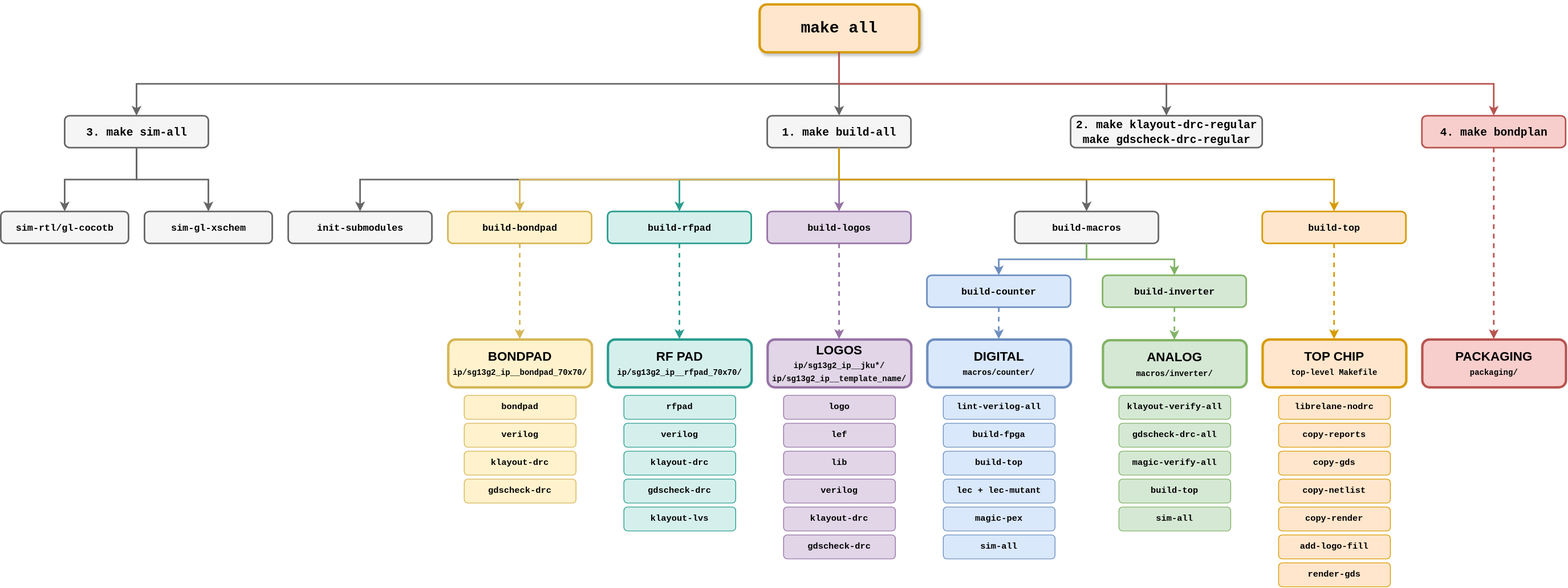
Earlier version of the draw.io export tutorial/fig/targets_overview/targets_overview.svg (iic-jku/ihp-sg13g2-ams-chip-template). Source tidied: cells renumbered, new cells last; positions are measured from the earlier drawing's top-left corner, leaving out a move shared by most shapes.
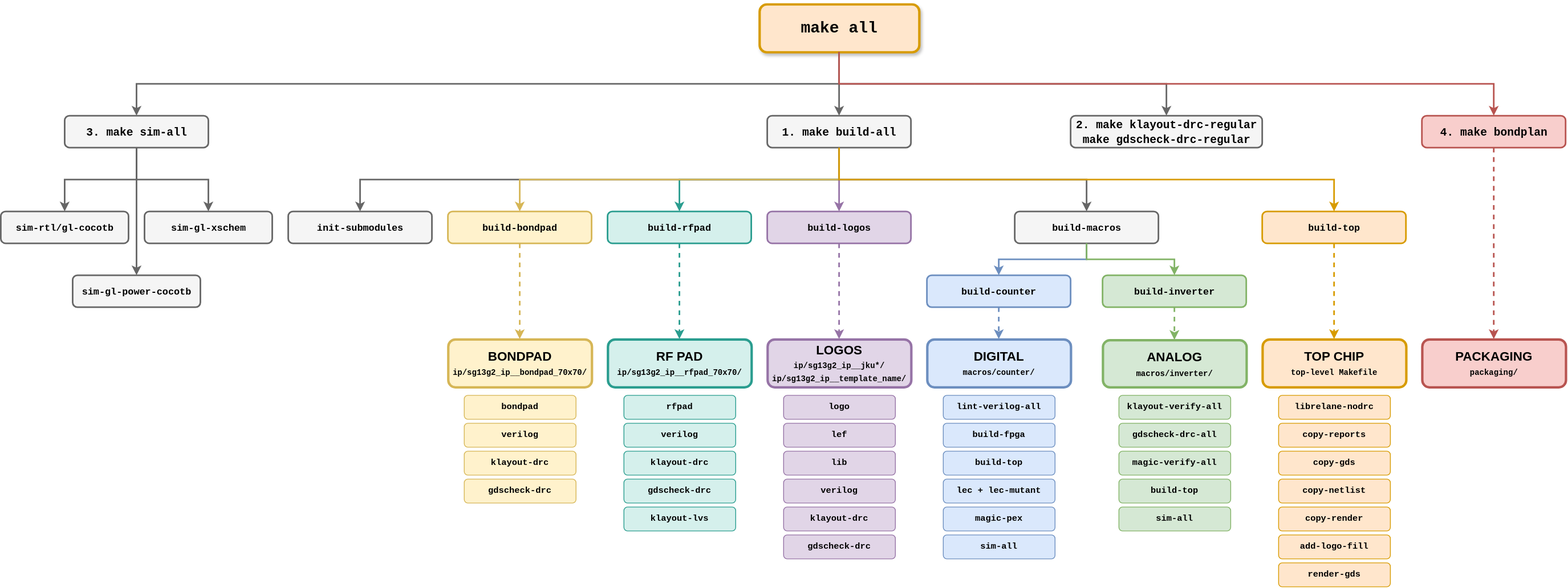
After the commit.

Commit message:
tutorial: list power estimate under sim-all in figure and text

Diff of the diagram source:
```diff
@@ -20,6 +20,9 @@
     <mxCell id="7" value="&lt;font face=&quot;Courier New&quot; style=&quot;font-size: 12px;&quot;&gt;&lt;b&gt;sim-gl-xschem&lt;/b&gt;&lt;/font&gt;" style="rounded=1;whiteSpace=wrap;html=1;fontSize=12;fillColor=#f5f5f5;strokeColor=#666666;strokeWidth=2;fontStyle=1;verticalAlign=middle;sketch=0;" parent="1" vertex="1">
       <mxGeometry x="180" y="260" width="160" height="40" as="geometry" />
     </mxCell>
+    <mxCell id="78" value="&lt;font face=&quot;Courier New&quot; style=&quot;font-size: 12px;&quot;&gt;&lt;b&gt;sim-gl-power-cocotb&lt;/b&gt;&lt;/font&gt;" style="rounded=1;whiteSpace=wrap;html=1;fontSize=12;fillColor=#f5f5f5;strokeColor=#666666;strokeWidth=2;fontStyle=1;verticalAlign=middle;sketch=0;" parent="1" vertex="1">
+      <mxGeometry x="90" y="340" width="160" height="40" as="geometry" />
+    </mxCell>
     <mxCell id="8" value="&lt;font face=&quot;Courier New&quot; style=&quot;font-size: 12px;&quot;&gt;&lt;b&gt;init-submodules&lt;/b&gt;&lt;/font&gt;" style="rounded=1;whiteSpace=wrap;html=1;fontSize=12;fillColor=#f5f5f5;strokeColor=#666666;strokeWidth=2;fontStyle=1;verticalAlign=middle;sketch=0;" parent="1" vertex="1">
       <mxGeometry x="360" y="260" width="180" height="40" as="geometry" />
     </mxCell>
@@ -203,6 +206,9 @@
     <mxCell id="63" style="edgeStyle=orthogonalEdgeStyle;rounded=0;jettySize=auto;html=1;exitX=0.5;exitY=1;exitDx=0;exitDy=0;entryX=0.5;entryY=0;entryDx=0;entryDy=0;strokeColor=#666666;strokeWidth=2;endArrow=classic;endFill=1;" parent="1" edge="1" source="3" target="7">
       <mxGeometry relative="1" as="geometry" />
     </mxCell>
+    <mxCell id="79" style="edgeStyle=orthogonalEdgeStyle;rounded=0;jettySize=auto;html=1;exitX=0.5;exitY=1;exitDx=0;exitDy=0;entryX=0.5;entryY=0;entryDx=0;entryDy=0;strokeColor=#666666;strokeWidth=2;endArrow=classic;endFill=1;" parent="1" edge="1" source="3" target="78">
+      <mxGeometry relative="1" as="geometry" />
+    </mxCell>
     <mxCell id="64" style="edgeStyle=orthogonalEdgeStyle;rounded=0;jettySize=auto;html=1;exitX=0.5;exitY=1;exitDx=0;exitDy=0;entryX=0.5;entryY=0;entryDx=0;entryDy=0;strokeColor=#666666;strokeWidth=2;endArrow=classic;endFill=1;" parent="1" edge="1" source="4" target="8">
       <mxGeometry relative="1" as="geometry" />
     </mxCell>
```
